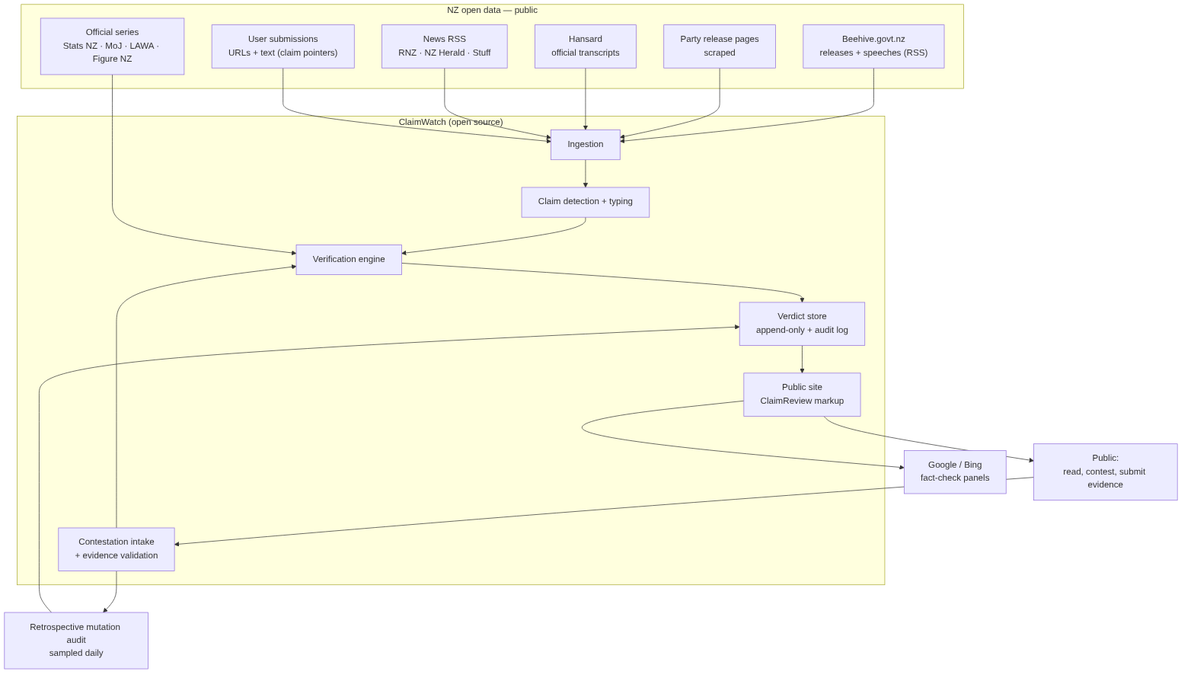
Earlier version of the Mermaid export docs/diagrams/system-context.png (bradleyscott/claimwatch-nz). Its source is kept beside it as docs/diagrams/system-context.mmd.
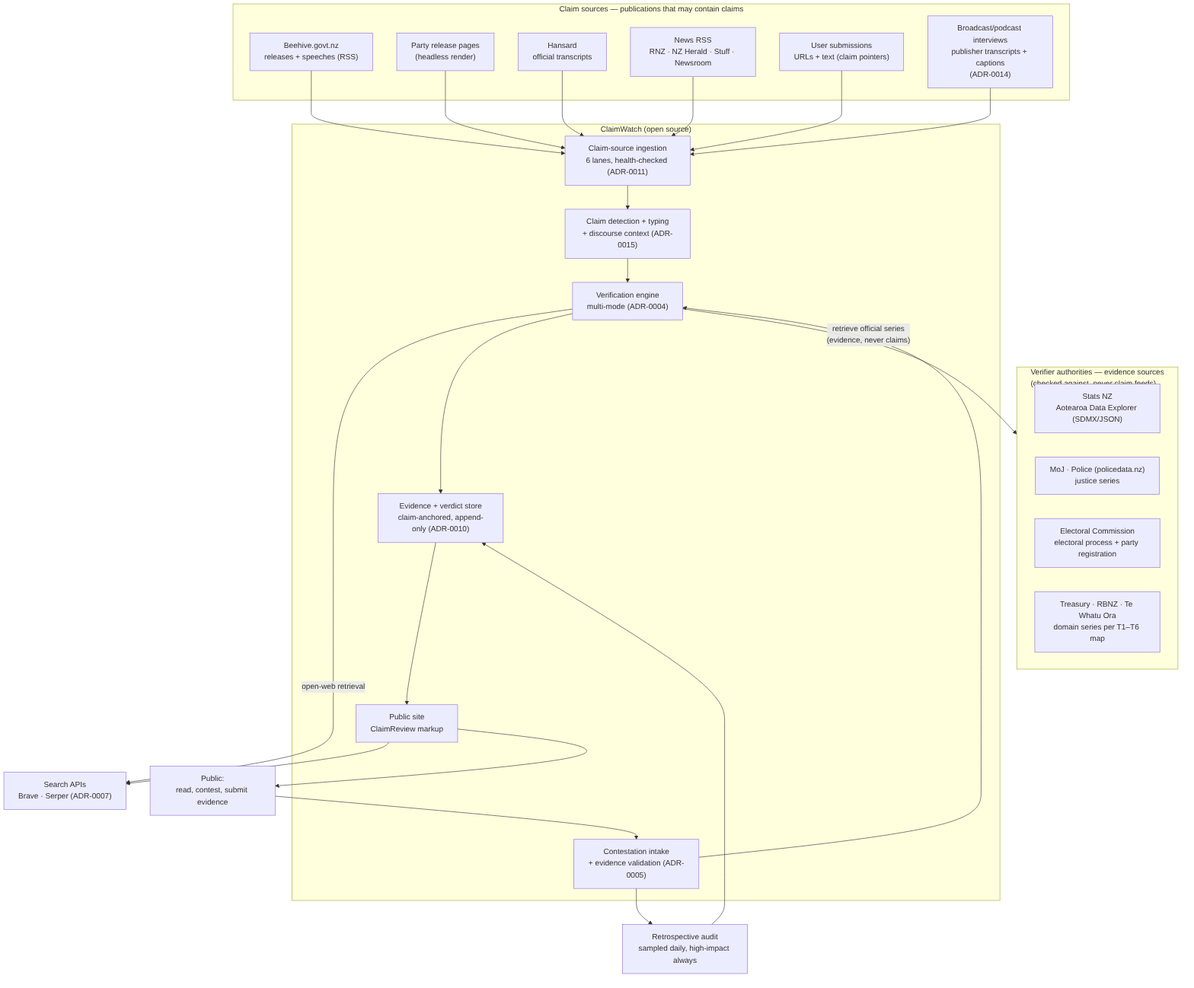
Above is the later version.

Commit message:
docs(architecture): verifier authorities distinct from claim sources

Diff of the diagram source:
```diff
@@ -1,34 +1,43 @@
 flowchart TB
-    subgraph SOURCES["NZ open data — public"]
+    subgraph CLAIM_SOURCES["Claim sources — publications that may contain claims"]
         BEEHIVE["Beehive.govt.nz<br/>releases + speeches (RSS)"]
-        PARTIES["Party release pages<br/>scraped"]
+        PARTIES["Party release pages<br/>(headless render)"]
         HANSARD["Hansard<br/>official transcripts"]
-        NEWS["News RSS<br/>RNZ · NZ Herald · Stuff"]
-        STATS["Official series<br/>Stats NZ · MoJ · LAWA · Figure NZ"]
+        NEWS["News RSS<br/>RNZ · NZ Herald · Stuff · Newsroom"]
         SUBMIT["User submissions<br/>URLs + text (claim pointers)"]
+        BCAST["Broadcast/podcast interviews<br/>publisher transcripts + captions<br/>(ADR-0014)"]
+    end
+
+    subgraph AUTHORITIES["Verifier authorities — evidence sources<br/>(checked against, never claim feeds)"]
+        STATS["Stats NZ<br/>Aotearoa Data Explorer (SDMX/JSON)"]
+        MOJ["MoJ · Police (policedata.nz)<br/>justice series"]
+        ELECTORAL["Electoral Commission<br/>electoral process + party registration"]
+        OTHER["Treasury · RBNZ · Te Whatu Ora<br/>domain series per T1–T6 map"]
     end
 
     subgraph CW["ClaimWatch (open source)"]
-        INGEST["Ingestion"]
-        TRIAGE["Claim detection + typing"]
-        VERIFY["Verification engine"]
-        STORE["Verdict store<br/>append-only + audit log"]
+        INGEST["Claim-source ingestion<br/>6 lanes, health-checked (ADR-0011)"]
+        TRIAGE["Claim detection + typing<br/>+ discourse context (ADR-0015)"]
+        VERIFY["Verification engine<br/>multi-mode (ADR-0004)"]
+        STORE["Evidence + verdict store<br/>claim-anchored, append-only (ADR-0010)"]
         SITE["Public site<br/>ClaimReview markup"]
-        CONTEST["Contestation intake<br/>+ evidence validation"]
+        CONTEST["Contestation intake<br/>+ evidence validation (ADR-0005)"]
     end
 
     PUBLIC["Public:<br/>read, contest, submit evidence"]
-    SEARCH["Google / Bing<br/>fact-check panels"]
-    AUDIT["Retrospective mutation audit<br/>sampled daily"]
+    SEARCH["Search APIs<br/>Brave · Serper (ADR-0007)"]
+    AUDIT["Retrospective audit<br/>sampled daily, high-impact always"]
 
     BEEHIVE --> INGEST
     PARTIES --> INGEST
     HANSARD --> INGEST
     NEWS --> INGEST
     SUBMIT --> INGEST
+    BCAST --> INGEST
     INGEST --> TRIAGE
     TRIAGE --> VERIFY
-    STATS --> VERIFY
+    VERIFY -- "retrieve official series<br/>(evidence, never claims)" --> AUTHORITIES
+    VERIFY -- "open-web retrieval" --> SEARCH
     VERIFY --> STORE
     STORE --> SITE
     SITE --> SEARCH
```
